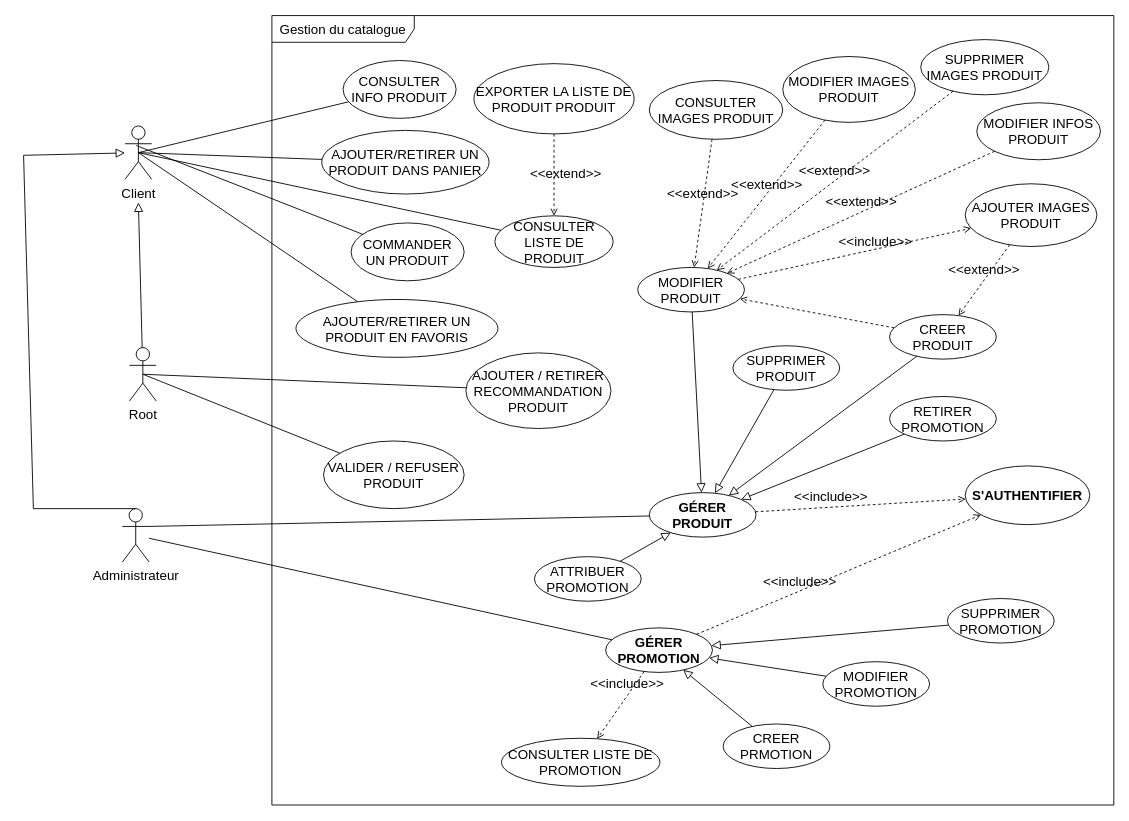
Earlier version of the draw.io diagram page "DCU-1-CATALOGUE" (1 of 10) of Diagramme cas d'utiilisation katina.drawio (kbvac/Diagramme-UML). Source tidied: cells renumbered, new cells numbered last; positions are measured from the earlier drawing's top-left corner, leaving out a move shared by most shapes. Both pictures are drawn from the tidied source at 89%, with x=0, y=0 at pixel (23, 15).
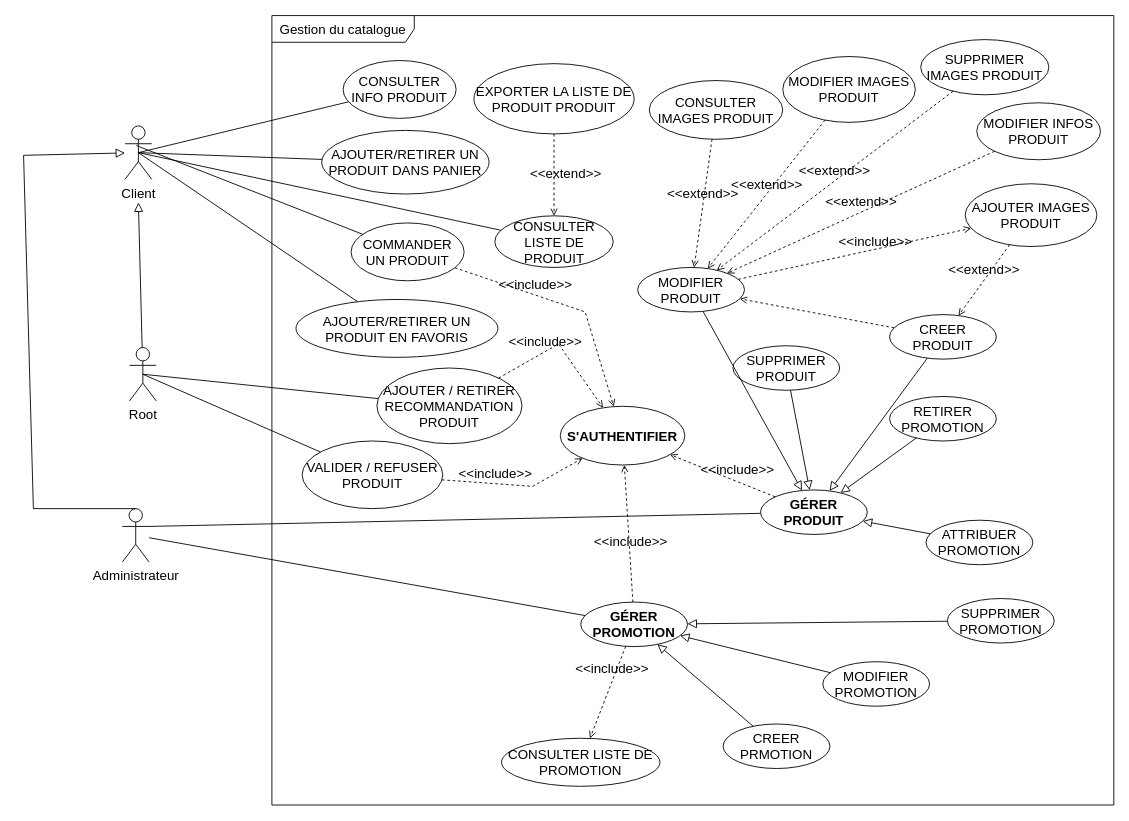
The same page after the edit.

The change refers to these unchanged cells:
```xml
<mxCell id="3" value="Gestion du catalogue" style="shape=umlFrame;whiteSpace=wrap;html=1;width=160;fontSize=15;" parent="1" vertex="1">
  <mxGeometry x="279" width="946" height="887" as="geometry" />
</mxCell>
<mxCell id="53" value="&lt;font style=&quot;font-size: 15px;&quot;&gt;COMMANDER UN PRODUIT&lt;/font&gt;" style="ellipse;whiteSpace=wrap;html=1;fontSize=15;" parent="3" vertex="1">
  <mxGeometry x="89" y="233" width="127" height="65" as="geometry" />
</mxCell>
```

What changed in the source:
```diff
@@
     <mxCell id="4" value="&lt;font style=&quot;font-size: 15px;&quot;&gt;&lt;b style=&quot;font-size: 15px;&quot;&gt;GÉRER PROMOTION&lt;/b&gt;&lt;/font&gt;" style="ellipse;whiteSpace=wrap;html=1;fontSize=15;" parent="3" vertex="1">
-      <mxGeometry x="375" y="688" width="120" height="50" as="geometry" />
+      <mxGeometry x="347" y="659" width="120" height="50" as="geometry" />
     </mxCell>
@@
     <mxCell id="35" value="&lt;b style=&quot;font-size: 15px;&quot;&gt;GÉRER PRODUIT&lt;/b&gt;" style="ellipse;whiteSpace=wrap;html=1;fontSize=15;" parent="3" vertex="1">
-      <mxGeometry x="424" y="536" width="120" height="50" as="geometry" />
+      <mxGeometry x="549" y="533" width="120" height="50" as="geometry" />
     </mxCell>
@@
     <mxCell id="44" value="&lt;font style=&quot;font-size: 15px;&quot;&gt;ATTRIBUER PROMOTION&lt;/font&gt;" style="ellipse;whiteSpace=wrap;html=1;fontSize=15;" parent="3" vertex="1">
-      <mxGeometry x="295" y="608" width="120" height="50" as="geometry" />
+      <mxGeometry x="735" y="567" width="120" height="50" as="geometry" />
     </mxCell>
@@
     <mxCell id="48" value="&lt;font style=&quot;font-size: 15px;&quot;&gt;AJOUTER / RETIRER&lt;br&gt;RECOMMANDATION&lt;br&gt;PRODUIT&lt;br&gt;&lt;/font&gt;" style="ellipse;whiteSpace=wrap;html=1;fontSize=15;" parent="3" vertex="1">
-      <mxGeometry x="218" y="379" width="163" height="85" as="geometry" />
+      <mxGeometry x="118" y="396" width="163" height="85" as="geometry" />
     </mxCell>
     <mxCell id="49" value="&lt;font style=&quot;font-size: 15px;&quot;&gt;&lt;b style=&quot;font-size: 15px;&quot;&gt;S'AUTHENTIFIER&lt;/b&gt;&lt;/font&gt;" style="ellipse;whiteSpace=wrap;html=1;fontSize=15;" parent="3" vertex="1">
-      <mxGeometry x="779" y="506" width="140" height="66" as="geometry" />
+      <mxGeometry x="324" y="439" width="140" height="66" as="geometry" />
     </mxCell>
@@
     <mxCell id="52" value="&lt;font style=&quot;font-size: 15px;&quot;&gt;VALIDER / REFUSER&lt;br&gt;PRODUIT&lt;br&gt;&lt;/font&gt;" style="ellipse;whiteSpace=wrap;html=1;fontSize=15;" parent="3" vertex="1">
-      <mxGeometry x="58" y="478" width="158" height="76" as="geometry" />
+      <mxGeometry x="34" y="478" width="158" height="76" as="geometry" />
     </mxCell>
@@
+    <mxCell id="69" value="&amp;lt;&amp;lt;include&amp;gt;&amp;gt;" style="html=1;verticalAlign=bottom;labelBackgroundColor=none;endArrow=open;endFill=0;dashed=1;rounded=0;fontSize=15;" parent="3" edge="1" source="53" target="49">
+      <mxGeometry x="-0.28" y="-1" relative="1" as="geometry">
+        <Array as="points">
+          <mxPoint x="352" y="333" />
+        </Array>
+        <mxPoint y="-1" as="offset" />
+      </mxGeometry>
+    </mxCell>
+    <mxCell id="70" value="&amp;lt;&amp;lt;include&amp;gt;&amp;gt;" style="html=1;verticalAlign=bottom;labelBackgroundColor=none;endArrow=open;endFill=0;dashed=1;rounded=0;fontSize=15;" parent="3" edge="1" source="52" target="49">
+      <mxGeometry x="-0.28" y="-1" relative="1" as="geometry">
+        <Array as="points">
+          <mxPoint x="293" y="529" />
+        </Array>
+        <mxPoint y="-1" as="offset" />
+      </mxGeometry>
+    </mxCell>
+    <mxCell id="71" value="&amp;lt;&amp;lt;include&amp;gt;&amp;gt;" style="html=1;verticalAlign=bottom;labelBackgroundColor=none;endArrow=open;endFill=0;dashed=1;rounded=0;fontSize=15;" parent="3" edge="1" source="48" target="49">
+      <mxGeometry x="-0.28" y="-1" relative="1" as="geometry">
+        <Array as="points">
+          <mxPoint x="322" y="369" />
+        </Array>
+        <mxPoint y="-1" as="offset" />
+      </mxGeometry>
+    </mxCell>
```
